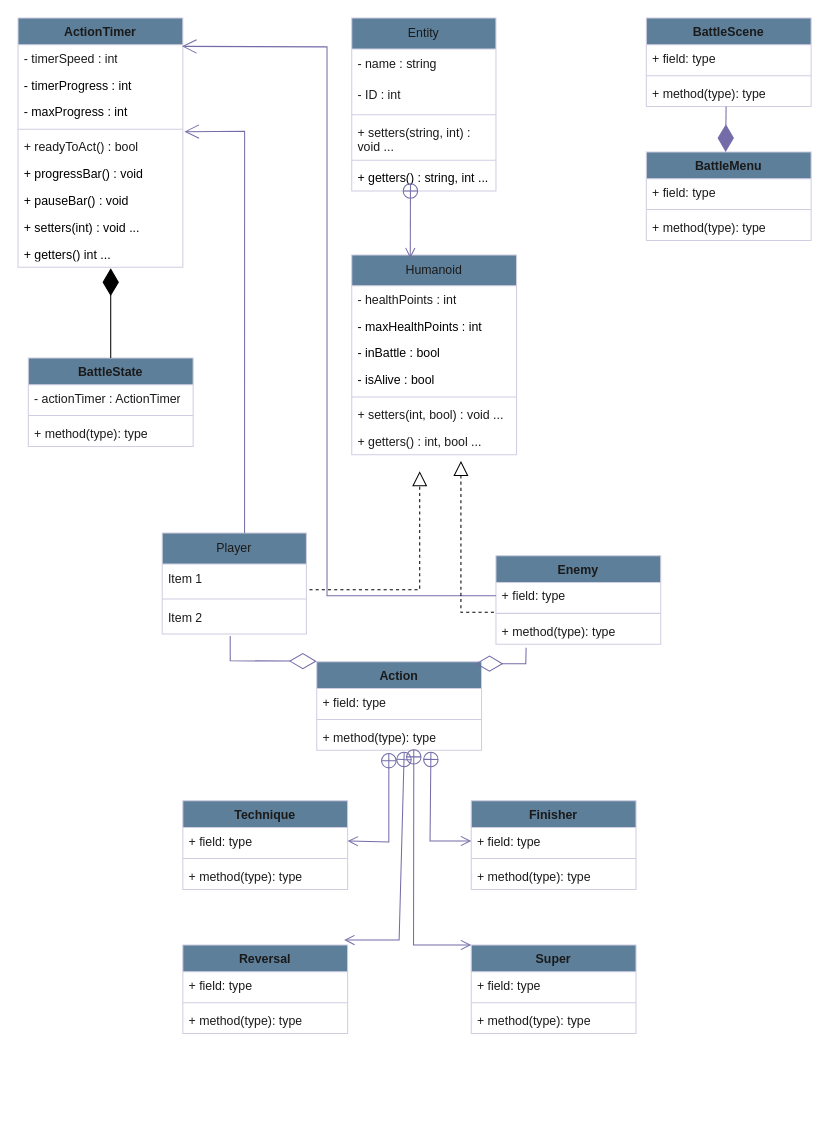
Earlier version of the draw.io diagram Diagrams/Cerberus_Class_Diagram.drawio (Mickael723/Project-Cerberus). Source tidied: cells renumbered, new cells numbered last; positions are measured from the earlier drawing's top-left corner, leaving out a move shared by most shapes. Both pictures are drawn from the tidied source at 103%, with x=0, y=0 at pixel (18, 18).
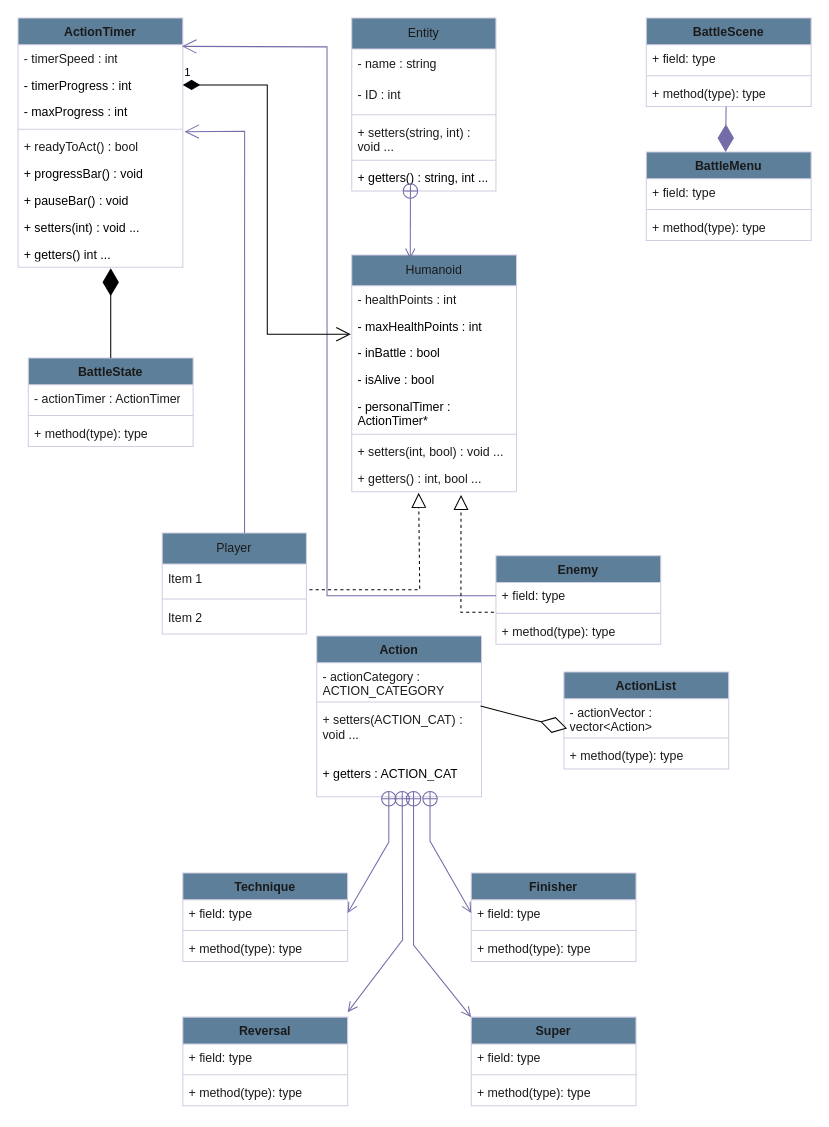
The same page after the edit.

The change refers to these unchanged cells:
```xml
<mxCell id="11" value="- maxHealthPoints : int" style="text;strokeColor=none;fillColor=none;align=left;verticalAlign=top;spacingLeft=4;spacingRight=4;overflow=hidden;points=[[0,0.5],[1,0.5]];portConstraint=eastwest;whiteSpace=wrap;html=1;" parent="9" vertex="1">
  <mxGeometry y="56" width="160" height="26" as="geometry" />
</mxCell>
<mxCell id="18" value="Item 1" style="text;strokeColor=none;fillColor=none;align=left;verticalAlign=middle;spacingLeft=4;spacingRight=4;overflow=hidden;points=[[0,0.5],[1,0.5]];portConstraint=eastwest;whiteSpace=wrap;html=1;labelBackgroundColor=none;fontColor=#1A1A1A;" parent="17" vertex="1">
  <mxGeometry y="30" width="140" height="30" as="geometry" />
</mxCell>
<mxCell id="27" value="+ field: type" style="text;strokeColor=none;fillColor=none;align=left;verticalAlign=top;spacingLeft=4;spacingRight=4;overflow=hidden;points=[[0,0.5],[1,0.5]];portConstraint=eastwest;whiteSpace=wrap;html=1;fontColor=#1A1A1A;" parent="26" vertex="1">
  <mxGeometry y="26" width="160" height="26" as="geometry" />
</mxCell>
<mxCell id="29" value="+ method(type): type" style="text;strokeColor=none;fillColor=none;align=left;verticalAlign=top;spacingLeft=4;spacingRight=4;overflow=hidden;points=[[0,0.5],[1,0.5]];portConstraint=eastwest;whiteSpace=wrap;html=1;fontColor=#1A1A1A;" parent="26" vertex="1">
  <mxGeometry y="60" width="160" height="26" as="geometry" />
</mxCell>
<mxCell id="32" value="- timerProgress : int" style="text;strokeColor=none;fillColor=none;align=left;verticalAlign=top;spacingLeft=4;spacingRight=4;overflow=hidden;points=[[0,0.5],[1,0.5]];portConstraint=eastwest;whiteSpace=wrap;html=1;" parent="30" vertex="1">
  <mxGeometry y="52" width="160" height="26" as="geometry" />
</mxCell>
<mxCell id="47" value="+ field: type" style="text;strokeColor=none;fillColor=none;align=left;verticalAlign=top;spacingLeft=4;spacingRight=4;overflow=hidden;points=[[0,0.5],[1,0.5]];portConstraint=eastwest;whiteSpace=wrap;html=1;fontColor=#1A1A1A;" parent="46" vertex="1">
  <mxGeometry y="26" width="160" height="26" as="geometry" />
</mxCell>
<mxCell id="51" value="+ field: type" style="text;strokeColor=none;fillColor=none;align=left;verticalAlign=top;spacingLeft=4;spacingRight=4;overflow=hidden;points=[[0,0.5],[1,0.5]];portConstraint=eastwest;whiteSpace=wrap;html=1;fontColor=#1A1A1A;" parent="50" vertex="1">
  <mxGeometry y="26" width="160" height="26" as="geometry" />
</mxCell>
```

Change to the diagram source:
```diff
@@
     <mxCell id="9" value="Humanoid" style="swimlane;fontStyle=0;horizontal=1;startSize=30;whiteSpace=wrap;html=1;labelBackgroundColor=none;fillColor=#5D7F99;strokeColor=#D0CEE2;fontColor=#1A1A1A;" parent="1" vertex="1">
-      <mxGeometry x="324" y="230" width="160" height="194" as="geometry" />
+      <mxGeometry x="324" y="230" width="160" height="230" as="geometry" />
     </mxCell>
@@
+    <mxCell id="80" value="- personalTimer : ActionTimer*&amp;nbsp;" style="text;strokeColor=none;fillColor=none;align=left;verticalAlign=top;spacingLeft=4;spacingRight=4;overflow=hidden;whiteSpace=wrap;html=1;" parent="9" vertex="1">
+      <mxGeometry y="134" width="160" height="36" as="geometry" />
+    </mxCell>
     <mxCell id="14" style="line;strokeWidth=1;fillColor=none;align=left;verticalAlign=middle;spacingTop=-1;spacingLeft=3;spacingRight=3;labelPosition=right;strokeColor=inherit;fontColor=#1A1A1A;" parent="9" vertex="1">
-      <mxGeometry y="134" width="160" height="8" as="geometry" />
+      <mxGeometry y="170" width="160" height="8" as="geometry" />
     </mxCell>
     <mxCell id="15" value="+ setters(int, bool) : void ..." style="text;strokeColor=none;fillColor=none;align=left;verticalAlign=top;spacingLeft=4;spacingRight=4;overflow=hidden;whiteSpace=wrap;html=1;labelBackgroundColor=none;fontColor=#1A1A1A;" parent="9" vertex="1">
-      <mxGeometry y="142" width="160" height="26" as="geometry" />
+      <mxGeometry y="178" width="160" height="26" as="geometry" />
     </mxCell>
     <mxCell id="16" value="+ getters() : int, bool ..." style="text;strokeColor=none;fillColor=none;align=left;verticalAlign=top;spacingLeft=4;spacingRight=4;overflow=hidden;points=[[0,0.5],[1,0.5]];portConstraint=eastwest;whiteSpace=wrap;html=1;labelBackgroundColor=none;fontColor=#1A1A1A;" parent="9" vertex="1">
-      <mxGeometry y="168" width="160" height="26" as="geometry" />
+      <mxGeometry y="204" width="160" height="26" as="geometry" />
     </mxCell>
@@
     <mxCell id="40" value="Action" style="swimlane;fontStyle=1;align=center;verticalAlign=top;horizontal=1;startSize=26;whiteSpace=wrap;html=1;strokeColor=#D0CEE2;fontColor=#1A1A1A;fillColor=#5D7F99;" parent="1" vertex="1">
-      <mxGeometry x="290" y="625" width="160" height="86" as="geometry" />
+      <mxGeometry x="290" y="600" width="160" height="156" as="geometry" />
     </mxCell>
-    <mxCell id="41" value="+ field: type" style="text;strokeColor=none;fillColor=none;align=left;verticalAlign=top;spacingLeft=4;spacingRight=4;overflow=hidden;whiteSpace=wrap;html=1;fontColor=#1A1A1A;" parent="40" vertex="1">
-      <mxGeometry y="26" width="160" height="26" as="geometry" />
+    <mxCell id="41" value="- actionCategory : ACTION_CATEGORY" style="text;strokeColor=none;fillColor=none;align=left;verticalAlign=top;spacingLeft=4;spacingRight=4;overflow=hidden;whiteSpace=wrap;html=1;fontColor=#1A1A1A;" parent="40" vertex="1">
+      <mxGeometry y="26" width="160" height="34" as="geometry" />
     </mxCell>
     <mxCell id="42" style="line;strokeWidth=1;fillColor=none;align=left;verticalAlign=middle;spacingTop=-1;spacingLeft=3;spacingRight=3;labelPosition=right;points=[];portConstraint=eastwest;strokeColor=inherit;fontColor=#1A1A1A;" parent="40" vertex="1">
-      <mxGeometry y="52" width="160" height="8" as="geometry" />
+      <mxGeometry y="60" width="160" height="8" as="geometry" />
     </mxCell>
-    <mxCell id="43" value="+ method(type): type" style="text;strokeColor=none;fillColor=none;align=left;verticalAlign=top;spacingLeft=4;spacingRight=4;overflow=hidden;points=[[0,0.5],[1,0.5]];portConstraint=eastwest;whiteSpace=wrap;html=1;fontColor=#1A1A1A;" parent="40" vertex="1">
-      <mxGeometry y="60" width="160" height="26" as="geometry" />
+    <mxCell id="43" value="+ setters(ACTION_CAT) : void ..." style="text;strokeColor=none;fillColor=none;align=left;verticalAlign=top;spacingLeft=4;spacingRight=4;overflow=hidden;points=[[0,0.5],[1,0.5]];portConstraint=eastwest;whiteSpace=wrap;html=1;fontColor=#1A1A1A;" parent="40" vertex="1">
+      <mxGeometry y="68" width="160" height="52" as="geometry" />
     </mxCell>
-    <mxCell id="44" style="endArrow=diamondThin;endFill=0;endSize=24;html=1;rounded=0;strokeColor=#736CA8;fontColor=#1A1A1A;entryX=0;entryY=0;entryDx=0;entryDy=0;" parent="1" edge="1">
-      <mxGeometry relative="1" as="geometry">
-        <mxPoint x="206" y="600" as="sourcePoint" />
-        <mxPoint x="290" y="624.5" as="targetPoint" />
-        <Array as="points">
-          <mxPoint x="206" y="624" />
-        </Array>
-      </mxGeometry>
-    </mxCell>
-    <mxCell id="45" style="endArrow=diamondThin;endFill=0;endSize=24;html=1;rounded=0;strokeColor=#736CA8;fontColor=#1A1A1A;exitX=0.183;exitY=1.128;exitDx=0;exitDy=0;exitPerimeter=0;entryX=0.964;entryY=0.021;entryDx=0;entryDy=0;entryPerimeter=0;" parent="1" edge="1" source="29" target="40">
-      <mxGeometry relative="1" as="geometry">
-        <Array as="points">
-          <mxPoint x="493" y="627" />
-        </Array>
-      </mxGeometry>
-    </mxCell>
+    <mxCell id="81" value="+ getters : ACTION_CAT" style="text;strokeColor=none;fillColor=none;align=left;verticalAlign=top;spacingLeft=4;spacingRight=4;overflow=hidden;whiteSpace=wrap;html=1;" parent="40" vertex="1">
+      <mxGeometry y="120" width="160" height="36" as="geometry" />
+    </mxCell>
     <mxCell id="46" value="Technique" style="swimlane;fontStyle=1;align=center;verticalAlign=top;horizontal=1;startSize=26;whiteSpace=wrap;html=1;strokeColor=#D0CEE2;fontColor=#1A1A1A;fillColor=#5D7F99;" parent="1" vertex="1">
-      <mxGeometry x="160" y="760" width="160" height="86" as="geometry" />
+      <mxGeometry x="160" y="830" width="160" height="86" as="geometry" />
     </mxCell>
@@
     <mxCell id="50" value="Finisher" style="swimlane;fontStyle=1;align=center;verticalAlign=top;horizontal=1;startSize=26;whiteSpace=wrap;html=1;strokeColor=#D0CEE2;fontColor=#1A1A1A;fillColor=#5D7F99;" parent="1" vertex="1">
-      <mxGeometry x="440" y="760" width="160" height="86" as="geometry" />
+      <mxGeometry x="440" y="830" width="160" height="86" as="geometry" />
     </mxCell>
@@
     <mxCell id="54" value="Reversal" style="swimlane;fontStyle=1;align=center;verticalAlign=top;horizontal=1;startSize=26;whiteSpace=wrap;html=1;strokeColor=#D0CEE2;fontColor=#1A1A1A;fillColor=#5D7F99;" parent="1" vertex="1">
-      <mxGeometry x="160" y="900" width="160" height="86" as="geometry" />
+      <mxGeometry x="160" y="970" width="160" height="86" as="geometry" />
     </mxCell>
@@
     <mxCell id="58" value="Super" style="swimlane;fontStyle=1;align=center;verticalAlign=top;horizontal=1;startSize=26;whiteSpace=wrap;html=1;strokeColor=#D0CEE2;fontColor=#1A1A1A;fillColor=#5D7F99;" parent="1" vertex="1">
-      <mxGeometry x="440" y="900" width="160" height="86" as="geometry" />
+      <mxGeometry x="440" y="970" width="160" height="86" as="geometry" />
     </mxCell>
@@
     <mxCell id="62" style="endArrow=open;startArrow=circlePlus;endFill=0;startFill=0;endSize=8;html=1;rounded=0;strokeColor=#736CA8;fontColor=#1A1A1A;entryX=1;entryY=0.5;entryDx=0;entryDy=0;" parent="1" edge="1" target="47">
       <mxGeometry relative="1" as="geometry">
-        <mxPoint x="360" y="713" as="sourcePoint" />
+        <mxPoint x="360" y="750" as="sourcePoint" />
         <Array as="points">
           <mxPoint x="360" y="800" />
         </Array>
       </mxGeometry>
     </mxCell>
-    <mxCell id="63" style="endArrow=open;startArrow=circlePlus;endFill=0;startFill=0;endSize=8;html=1;rounded=0;strokeColor=#736CA8;fontColor=#1A1A1A;exitX=0.693;exitY=1.032;exitDx=0;exitDy=0;exitPerimeter=0;entryX=0;entryY=0.5;entryDx=0;entryDy=0;" parent="1" edge="1" source="43" target="51">
+    <mxCell id="63" style="endArrow=open;startArrow=circlePlus;endFill=0;startFill=0;endSize=8;html=1;rounded=0;strokeColor=#736CA8;fontColor=#1A1A1A;entryX=0;entryY=0.5;entryDx=0;entryDy=0;" parent="1" edge="1" target="51">
       <mxGeometry relative="1" as="geometry">
+        <mxPoint x="400" y="750" as="sourcePoint" />
         <Array as="points">
           <mxPoint x="400" y="799" />
         </Array>
       </mxGeometry>
     </mxCell>
-    <mxCell id="64" style="endArrow=open;startArrow=circlePlus;endFill=0;startFill=0;endSize=8;html=1;rounded=0;strokeColor=#736CA8;fontColor=#1A1A1A;exitX=0.531;exitY=1.032;exitDx=0;exitDy=0;exitPerimeter=0;entryX=0.979;entryY=-0.056;entryDx=0;entryDy=0;entryPerimeter=0;" parent="1" edge="1" source="43" target="54">
+    <mxCell id="64" style="endArrow=open;startArrow=circlePlus;endFill=0;startFill=0;endSize=8;html=1;rounded=0;strokeColor=#736CA8;fontColor=#1A1A1A;entryX=0.979;entryY=-0.056;entryDx=0;entryDy=0;entryPerimeter=0;" parent="1" edge="1">
       <mxGeometry relative="1" as="geometry">
+        <mxPoint x="373" y="750" as="sourcePoint" />
+        <mxPoint x="320" y="965.2" as="targetPoint" />
         <Array as="points">
-          <mxPoint x="370" y="895" />
+          <mxPoint x="373.4" y="895" />
         </Array>
       </mxGeometry>
     </mxCell>
-    <mxCell id="65" style="endArrow=open;startArrow=circlePlus;endFill=0;startFill=0;endSize=8;html=1;rounded=0;strokeColor=#736CA8;fontColor=#1A1A1A;exitX=0.589;exitY=0.936;exitDx=0;exitDy=0;exitPerimeter=0;entryX=0;entryY=0;entryDx=0;entryDy=0;" parent="1" edge="1" source="43" target="58">
+    <mxCell id="65" style="endArrow=open;startArrow=circlePlus;endFill=0;startFill=0;endSize=8;html=1;rounded=0;strokeColor=#736CA8;fontColor=#1A1A1A;entryX=0;entryY=0;entryDx=0;entryDy=0;" parent="1" edge="1" target="58">
       <mxGeometry relative="1" as="geometry">
+        <mxPoint x="384" y="750" as="sourcePoint" />
         <Array as="points">
           <mxPoint x="384" y="900" />
         </Array>
       </mxGeometry>
     </mxCell>
@@
-    <mxCell id="73" style="endArrow=block;dashed=1;endFill=0;endSize=12;html=1;rounded=0;exitX=1.021;exitY=0.833;exitDx=0;exitDy=0;exitPerimeter=0;" parent="1" edge="1" source="18">
+    <mxCell id="73" style="endArrow=block;dashed=1;endFill=0;endSize=12;html=1;rounded=0;exitX=1.021;exitY=0.833;exitDx=0;exitDy=0;exitPerimeter=0;entryX=0.406;entryY=1.038;entryDx=0;entryDy=0;entryPerimeter=0;" parent="1" edge="1" source="18" target="16">
       <mxGeometry relative="1" as="geometry">
-        <mxPoint x="390" y="440" as="targetPoint" />
         <Array as="points">
           <mxPoint x="390" y="555" />
         </Array>
       </mxGeometry>
     </mxCell>
-    <mxCell id="74" style="endArrow=block;dashed=1;endFill=0;endSize=12;html=1;rounded=0;exitX=-0.012;exitY=1.115;exitDx=0;exitDy=0;exitPerimeter=0;" parent="1" edge="1" source="27">
+    <mxCell id="74" style="endArrow=block;dashed=1;endFill=0;endSize=12;html=1;rounded=0;exitX=-0.012;exitY=1.115;exitDx=0;exitDy=0;exitPerimeter=0;entryX=0.663;entryY=1.115;entryDx=0;entryDy=0;entryPerimeter=0;" parent="1" edge="1" source="27" target="16">
       <mxGeometry relative="1" as="geometry">
-        <mxPoint x="430" y="430" as="targetPoint" />
         <Array as="points">
           <mxPoint x="430" y="577" />
         </Array>
       </mxGeometry>
     </mxCell>
@@
+    <mxCell id="82" value="1" style="endArrow=open;html=1;endSize=12;startArrow=diamondThin;startSize=14;startFill=1;edgeStyle=orthogonalEdgeStyle;align=left;verticalAlign=bottom;rounded=0;exitX=1;exitY=0.5;exitDx=0;exitDy=0;entryX=-0.006;entryY=0.808;entryDx=0;entryDy=0;entryPerimeter=0;" parent="1" edge="1" source="32" target="11">
+      <mxGeometry x="-1" y="3" relative="1" as="geometry" />
+    </mxCell>
+    <mxCell id="83" value="ActionList" style="swimlane;fontStyle=1;align=center;verticalAlign=top;horizontal=1;startSize=26;whiteSpace=wrap;html=1;strokeColor=#D0CEE2;fontColor=#1A1A1A;fillColor=#5D7F99;" parent="1" vertex="1">
+      <mxGeometry x="530" y="635" width="160" height="94" as="geometry" />
+    </mxCell>
+    <mxCell id="84" value="- actionVector : vector&amp;lt;Action&amp;gt;" style="text;strokeColor=none;fillColor=none;align=left;verticalAlign=top;spacingLeft=4;spacingRight=4;overflow=hidden;points=[[0,0.5],[1,0.5]];portConstraint=eastwest;whiteSpace=wrap;html=1;fontColor=#1A1A1A;" parent="83" vertex="1">
+      <mxGeometry y="26" width="160" height="34" as="geometry" />
+    </mxCell>
+    <mxCell id="85" style="line;strokeWidth=1;fillColor=none;align=left;verticalAlign=middle;spacingTop=-1;spacingLeft=3;spacingRight=3;labelPosition=right;strokeColor=inherit;fontColor=#1A1A1A;" parent="83" vertex="1">
+      <mxGeometry y="60" width="160" height="8" as="geometry" />
+    </mxCell>
+    <mxCell id="86" value="+ method(type): type" style="text;strokeColor=none;fillColor=none;align=left;verticalAlign=top;spacingLeft=4;spacingRight=4;overflow=hidden;whiteSpace=wrap;html=1;fontColor=#1A1A1A;" parent="83" vertex="1">
+      <mxGeometry y="68" width="160" height="26" as="geometry" />
+    </mxCell>
+    <mxCell id="87" style="endArrow=diamondThin;endFill=0;endSize=24;html=1;rounded=0;entryX=0.019;entryY=0.846;entryDx=0;entryDy=0;entryPerimeter=0;exitX=0.994;exitY=1;exitDx=0;exitDy=0;exitPerimeter=0;" parent="1" edge="1" source="42" target="84">
+      <mxGeometry relative="1" as="geometry" />
+    </mxCell>
```
